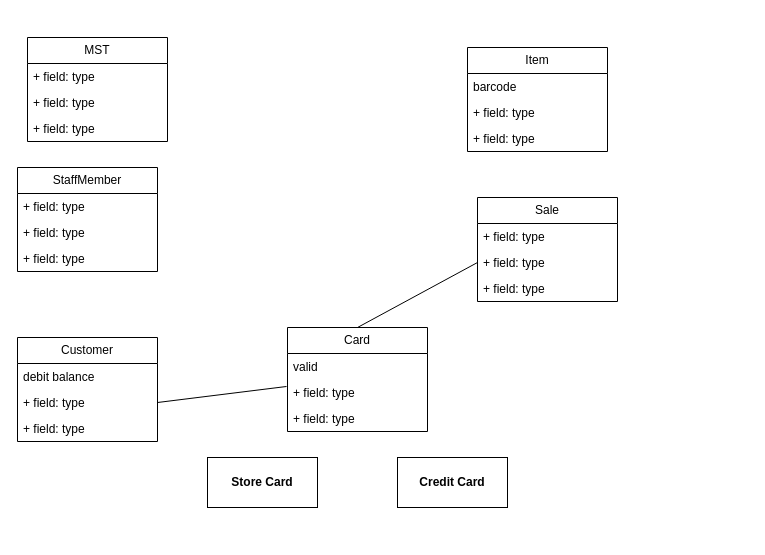
Earlier version of the draw.io diagram workshop5-week6.drawio (antonykimuom/SWEN30006-2025-SM1-workshop1-tuew05-14-00-team-12). Source tidied: cells renumbered, new cells numbered last; positions are measured from the earlier drawing's top-left corner, leaving out a move shared by most shapes. Both pictures are drawn from the tidied source at 100%, with x=0, y=0 at pixel (17, 37).
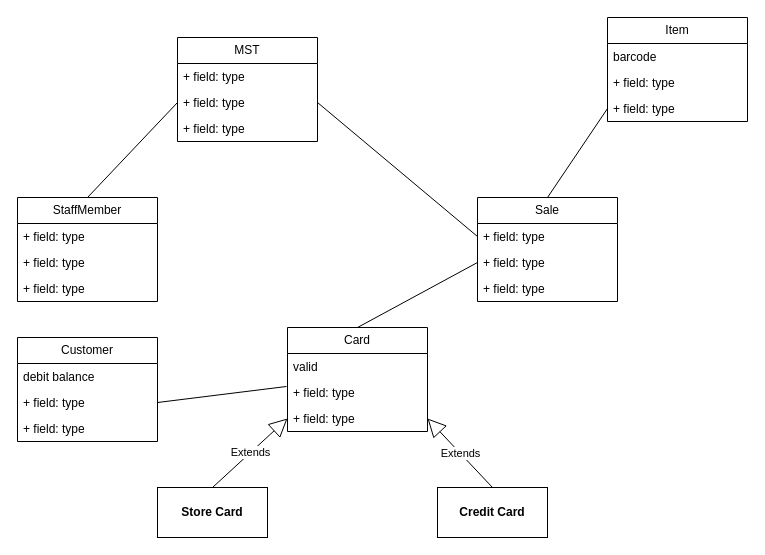
The same diagram, later.

Unchanged cells that the change refers to:
```xml
<mxCell id="5" value="+ field: type" style="text;strokeColor=none;fillColor=none;align=left;verticalAlign=top;spacingLeft=4;spacingRight=4;overflow=hidden;points=[[0,0.5],[1,0.5]];portConstraint=eastwest;whiteSpace=wrap;html=1;" parent="2" vertex="1">
  <mxGeometry y="78" width="140" height="26" as="geometry" />
</mxCell>
<mxCell id="10" value="Sale" style="swimlane;fontStyle=0;horizontal=1;startSize=26;fillColor=none;whiteSpace=wrap;html=1;" parent="1" vertex="1">
  <mxGeometry x="460" y="160" width="140" height="104" as="geometry" />
</mxCell>
<mxCell id="11" value="+ field: type" style="text;strokeColor=none;fillColor=none;align=left;verticalAlign=top;spacingLeft=4;spacingRight=4;overflow=hidden;points=[[0,0.5],[1,0.5]];portConstraint=eastwest;whiteSpace=wrap;html=1;" parent="10" vertex="1">
  <mxGeometry y="26" width="140" height="26" as="geometry" />
</mxCell>
<mxCell id="17" value="+ field: type" style="text;strokeColor=none;fillColor=none;align=left;verticalAlign=top;spacingLeft=4;spacingRight=4;overflow=hidden;points=[[0,0.5],[1,0.5]];portConstraint=eastwest;whiteSpace=wrap;html=1;" parent="14" vertex="1">
  <mxGeometry y="78" width="140" height="26" as="geometry" />
</mxCell>
<mxCell id="26" value="+ field: type" style="text;strokeColor=none;fillColor=none;align=left;verticalAlign=top;spacingLeft=4;spacingRight=4;overflow=hidden;points=[[0,0.5],[1,0.5]];portConstraint=eastwest;whiteSpace=wrap;html=1;" parent="24" vertex="1">
  <mxGeometry y="52" width="140" height="26" as="geometry" />
</mxCell>
```

Change to the diagram source:
```diff
@@
     <mxCell id="2" value="Item" style="swimlane;fontStyle=0;horizontal=1;startSize=26;fillColor=none;whiteSpace=wrap;html=1;" parent="1" vertex="1">
-      <mxGeometry x="450" y="10" width="140" height="104" as="geometry" />
+      <mxGeometry x="590" y="-20" width="140" height="104" as="geometry" />
     </mxCell>
@@
     <mxCell id="6" value="StaffMember" style="swimlane;fontStyle=0;horizontal=1;startSize=26;fillColor=none;whiteSpace=wrap;html=1;" parent="1" vertex="1">
-      <mxGeometry y="130" width="140" height="104" as="geometry" />
+      <mxGeometry y="160" width="140" height="104" as="geometry" />
     </mxCell>
@@
     <mxCell id="18" value="&lt;b&gt;Store Card&lt;/b&gt;" style="html=1;whiteSpace=wrap;" parent="1" vertex="1">
-      <mxGeometry x="190" y="420" width="110" height="50" as="geometry" />
+      <mxGeometry x="140" y="450" width="110" height="50" as="geometry" />
     </mxCell>
     <mxCell id="19" value="&lt;b&gt;Credit Card&lt;/b&gt;" style="html=1;whiteSpace=wrap;" parent="1" vertex="1">
-      <mxGeometry x="380" y="420" width="110" height="50" as="geometry" />
+      <mxGeometry x="420" y="450" width="110" height="50" as="geometry" />
     </mxCell>
@@
     <mxCell id="24" value="MST" style="swimlane;fontStyle=0;horizontal=1;startSize=26;fillColor=none;whiteSpace=wrap;html=1;" parent="1" vertex="1">
-      <mxGeometry x="10" width="140" height="104" as="geometry" />
+      <mxGeometry x="160" width="140" height="104" as="geometry" />
     </mxCell>
@@
+    <mxCell id="30" value="Extends" style="endArrow=block;endSize=16;endFill=0;html=1;rounded=0;exitX=0.5;exitY=0;exitDx=0;exitDy=0;entryX=0;entryY=0.5;entryDx=0;entryDy=0;" parent="1" edge="1" source="18" target="17">
+      <mxGeometry relative="1" as="geometry" />
+    </mxCell>
+    <mxCell id="31" value="Extends" style="endArrow=block;endSize=16;endFill=0;html=1;rounded=0;exitX=0.5;exitY=0;exitDx=0;exitDy=0;entryX=1;entryY=0.5;entryDx=0;entryDy=0;" parent="1" edge="1" source="19" target="17">
+      <mxGeometry relative="1" as="geometry" />
+    </mxCell>
+    <mxCell id="32" style="endArrow=none;html=1;rounded=0;exitX=0.5;exitY=0;exitDx=0;exitDy=0;entryX=0;entryY=0.5;entryDx=0;entryDy=0;" parent="1" edge="1" source="6" target="26">
+      <mxGeometry relative="1" as="geometry" />
+    </mxCell>
+    <mxCell id="33" style="endArrow=none;html=1;rounded=0;entryX=0;entryY=0.5;entryDx=0;entryDy=0;exitX=1;exitY=0.5;exitDx=0;exitDy=0;" parent="1" edge="1" source="26" target="11">
+      <mxGeometry relative="1" as="geometry" />
+    </mxCell>
+    <mxCell id="34" style="endArrow=none;html=1;rounded=0;entryX=0;entryY=0.5;entryDx=0;entryDy=0;exitX=0.5;exitY=0;exitDx=0;exitDy=0;" parent="1" edge="1" source="10" target="5">
+      <mxGeometry relative="1" as="geometry" />
+    </mxCell>
```
